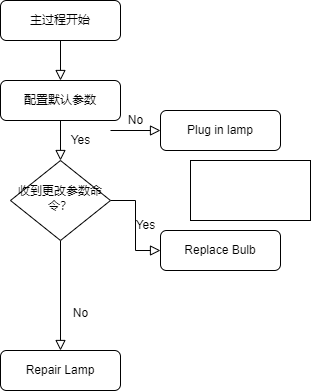
The draw.io diagram main.png in Sky199710/myDiagram, before a commit. Source tidied: cells renumbered, new cells last; positions are measured from the earlier drawing's top-left corner, leaving out a move shared by most shapes.
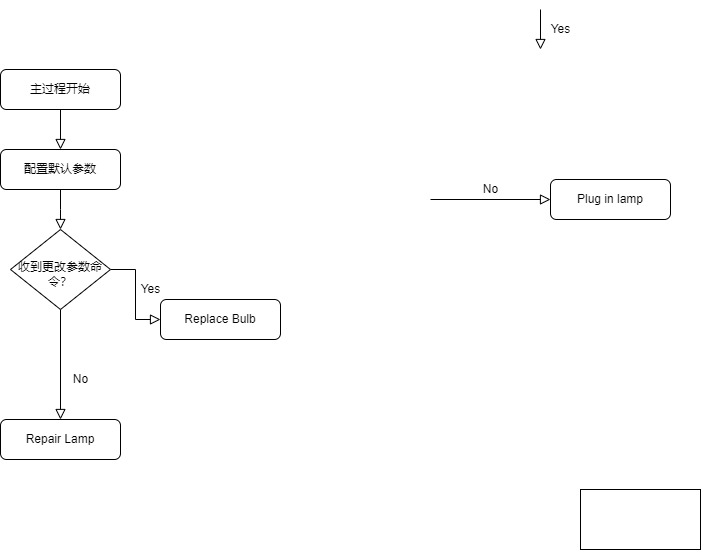
The same file after the commit.

The edit, as a diff of the source:
```diff
@@ -10,24 +10,21 @@
     <mxCell id="3" value="主过程开始" style="rounded=1;whiteSpace=wrap;html=1;fontSize=12;glass=0;strokeWidth=1;shadow=0;" parent="1" vertex="1">
       <mxGeometry width="120" height="40" as="geometry" />
     </mxCell>
-    <mxCell id="4" value="Yes" style="rounded=0;html=1;jettySize=auto;fontSize=11;endArrow=block;endFill=0;endSize=8;strokeWidth=1;shadow=0;labelBackgroundColor=none;edgeStyle=orthogonalEdgeStyle;exitX=0.5;exitY=1;exitDx=0;exitDy=0;" parent="1" edge="1" source="13" target="9">
-      <mxGeometry y="20" relative="1" as="geometry" />
-    </mxCell>
     <mxCell id="5" value="No" style="edgeStyle=orthogonalEdgeStyle;rounded=0;html=1;jettySize=auto;fontSize=11;endArrow=block;endFill=0;endSize=8;strokeWidth=1;shadow=0;labelBackgroundColor=none;" parent="1" edge="1" target="6">
       <mxGeometry y="10" relative="1" as="geometry">
-        <mxPoint x="110" y="130" as="sourcePoint" />
+        <mxPoint x="430" y="130" as="sourcePoint" />
       </mxGeometry>
     </mxCell>
     <mxCell id="6" value="Plug in lamp" style="rounded=1;whiteSpace=wrap;html=1;fontSize=12;glass=0;strokeWidth=1;shadow=0;" parent="1" vertex="1">
-      <mxGeometry x="160" y="110" width="120" height="40" as="geometry" />
+      <mxGeometry x="550" y="110" width="120" height="40" as="geometry" />
     </mxCell>
     <mxCell id="7" value="No" style="rounded=0;html=1;jettySize=auto;fontSize=11;endArrow=block;endFill=0;endSize=8;strokeWidth=1;shadow=0;labelBackgroundColor=none;edgeStyle=orthogonalEdgeStyle;" parent="1" edge="1" source="9" target="10">
-      <mxGeometry x="0.33" y="20" relative="1" as="geometry" />
+      <mxGeometry x="0.27" y="20" relative="1" as="geometry" />
     </mxCell>
     <mxCell id="8" value="Yes" style="edgeStyle=orthogonalEdgeStyle;rounded=0;html=1;jettySize=auto;fontSize=11;endArrow=block;endFill=0;endSize=8;strokeWidth=1;shadow=0;labelBackgroundColor=none;" parent="1" edge="1" source="9" target="11">
-      <mxGeometry y="10" relative="1" as="geometry" />
+      <mxGeometry x="-0.1" y="15" relative="1" as="geometry" />
     </mxCell>
-    <mxCell id="9" value="&lt;font style=&quot;font-size: 12px&quot;&gt;收到更改参数命令？&lt;/font&gt;" style="rhombus;whiteSpace=wrap;html=1;shadow=0;fontFamily=Helvetica;fontSize=12;align=center;strokeWidth=1;spacing=6;spacingTop=-4;verticalAlign=middle;" parent="1" vertex="1">
+    <mxCell id="9" value="收到更改参数命令？" style="rhombus;shadow=0;fontFamily=Helvetica;fontSize=12;align=center;strokeWidth=1;spacing=6;spacingTop=9;verticalAlign=middle;labelPosition=center;verticalLabelPosition=middle;html=1;whiteSpace=wrap;" parent="1" vertex="1">
       <mxGeometry x="10" y="160" width="100" height="80" as="geometry" />
     </mxCell>
     <mxCell id="10" value="Repair Lamp" style="rounded=1;whiteSpace=wrap;html=1;fontSize=12;glass=0;strokeWidth=1;shadow=0;" parent="1" vertex="1">
@@ -37,10 +34,24 @@
       <mxGeometry x="160" y="230" width="120" height="40" as="geometry" />
     </mxCell>
     <mxCell id="12" style="rounded=0;whiteSpace=wrap;html=1;" parent="1" vertex="1">
-      <mxGeometry x="190" y="160" width="120" height="60" as="geometry" />
+      <mxGeometry x="580" y="420" width="120" height="60" as="geometry" />
     </mxCell>
     <mxCell id="13" value="配置默认参数" style="rounded=1;whiteSpace=wrap;html=1;fontSize=12;glass=0;strokeWidth=1;shadow=0;" parent="1" vertex="1">
       <mxGeometry y="80" width="120" height="40" as="geometry" />
     </mxCell>
+    <mxCell id="4" value="Yes" style="rounded=0;html=1;jettySize=auto;orthogonalLoop=1;fontSize=11;endArrow=block;endFill=0;endSize=8;strokeWidth=1;shadow=0;labelBackgroundColor=none;edgeStyle=orthogonalEdgeStyle;exitX=0.5;exitY=1;exitDx=0;exitDy=0;" parent="1" edge="1">
+      <mxGeometry y="20" relative="1" as="geometry">
+        <mxPoint x="540" y="-60" as="sourcePoint" />
+        <mxPoint x="540" y="-20" as="targetPoint" />
+      </mxGeometry>
+    </mxCell>
+    <mxCell id="14" style="rounded=0;html=1;jettySize=auto;fontSize=11;endArrow=block;endFill=0;endSize=8;strokeWidth=1;shadow=0;labelBackgroundColor=none;edgeStyle=orthogonalEdgeStyle;entryX=0.5;entryY=0;entryDx=0;entryDy=0;exitX=0.5;exitY=1;exitDx=0;exitDy=0;" parent="1" edge="1" source="13" target="9">
+      <mxGeometry relative="1" as="geometry">
+        <Array as="points">
+          <mxPoint x="60" y="140" />
+          <mxPoint x="60" y="140" />
+        </Array>
+      </mxGeometry>
+    </mxCell>
   </root>
 </mxGraphModel>
```
